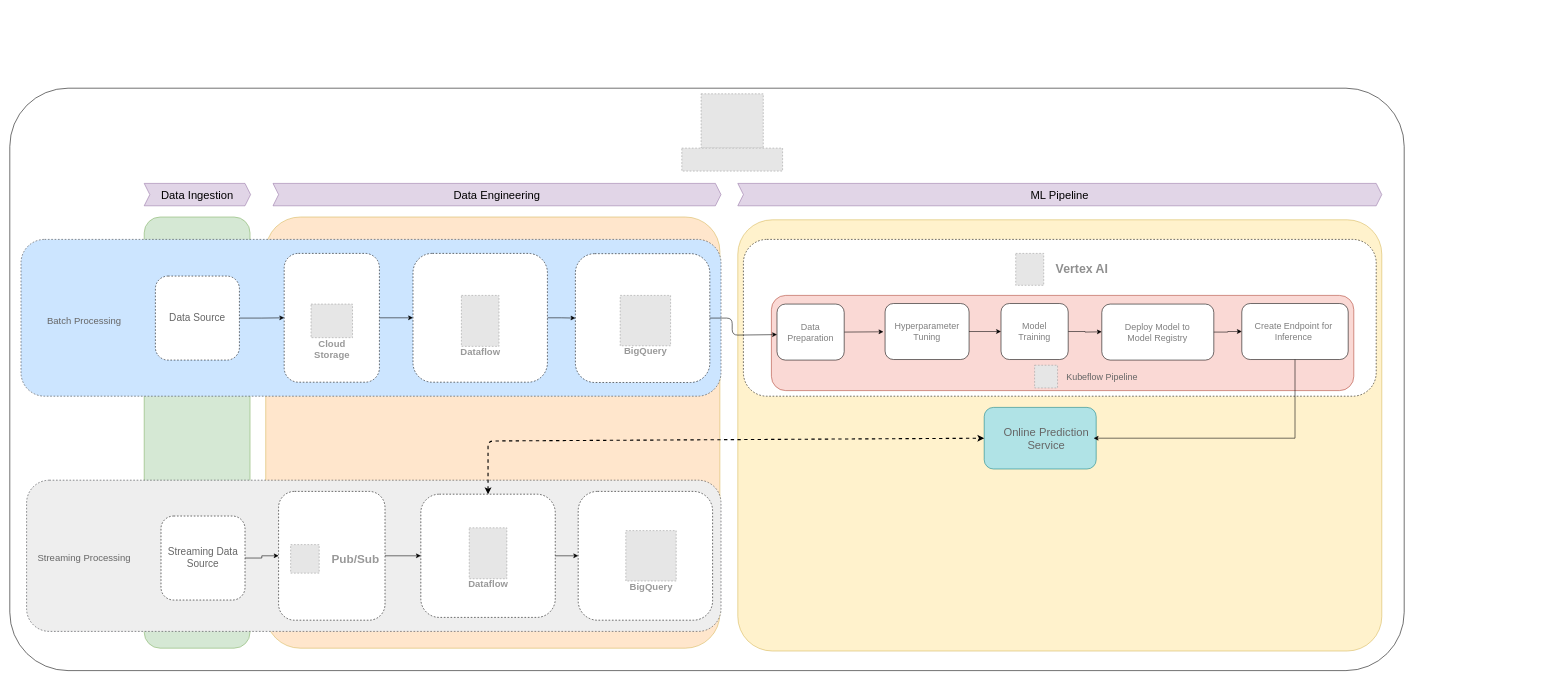
Above: ML Ops Architecture.drawio in adityasolanki205/Architecture_diagrams (draw.io), before the change. Source tidied: cells renumbered, new cells numbered last; positions are measured from the earlier drawing's top-left corner, leaving out a move shared by most shapes. Both pictures are drawn from the tidied source at 56%, with x=0, y=0 at pixel (10, 88). Pictures stored in the file or linked from it are replaced by grey dashed boxes.
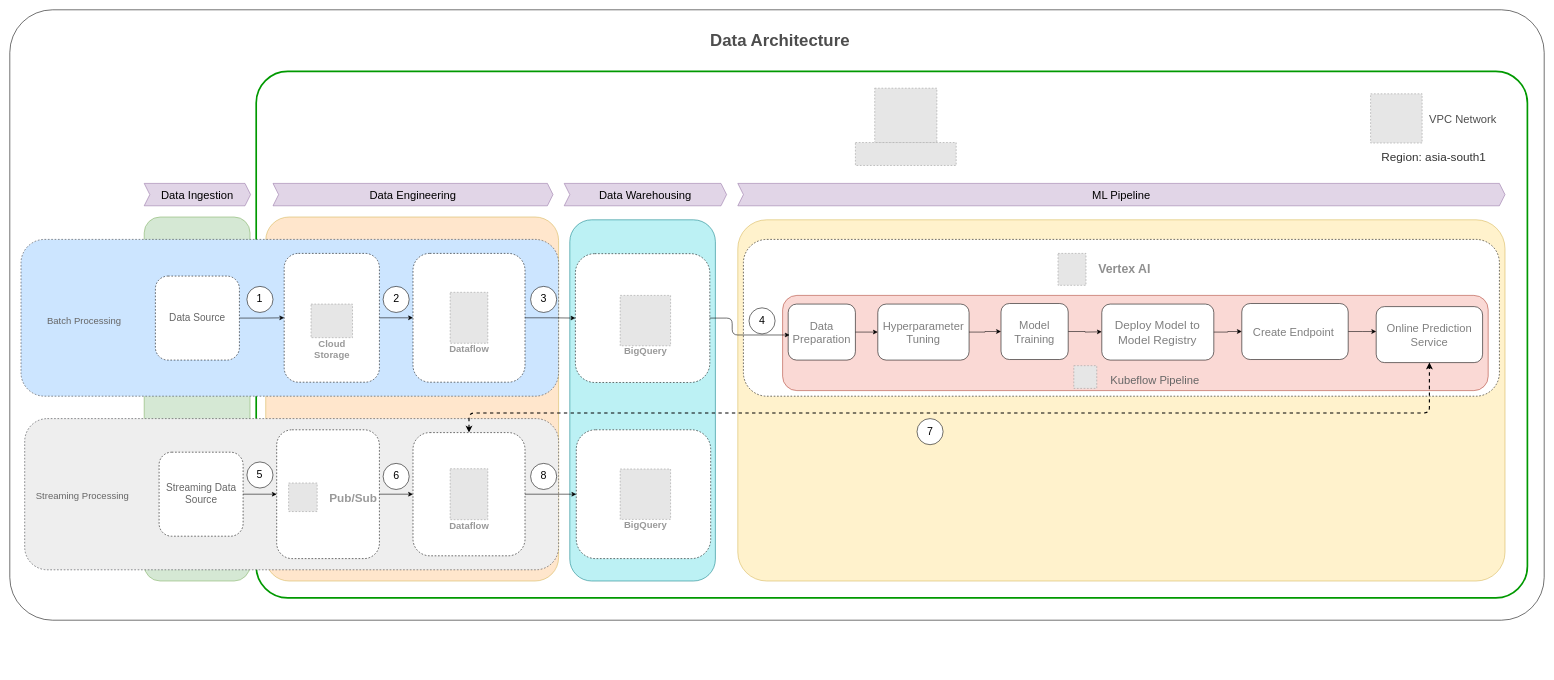
After the change.

The change refers to these unchanged cells:
```xml
<mxCell id="21" style="rounded=1;whiteSpace=wrap;html=1;dashed=1;fontColor=#4D4D4D;" parent="1" vertex="1">
  <mxGeometry x="1010" y="295.5" width="240" height="230" as="geometry" />
</mxCell>
<mxCell id="26" style="rounded=1;whiteSpace=wrap;html=1;" parent="24" vertex="1">
  <mxGeometry width="120" height="100" as="geometry" />
</mxCell>
<mxCell id="34" style="group;" parent="33" vertex="1">
  <mxGeometry width="120" height="100" as="geometry" />
</mxCell>
<mxCell id="38" style="group;flipH=1;flipV=1;" parent="1" vertex="1">
  <mxGeometry x="1950" y="385.5" width="200" height="100" as="geometry" />
</mxCell>
<mxCell id="42" style="group;" parent="41" vertex="1">
  <mxGeometry width="190" height="100" as="geometry" />
</mxCell>
<mxCell id="43" style="rounded=1;whiteSpace=wrap;html=1;" parent="42" vertex="1">
  <mxGeometry width="190" height="100" as="geometry" />
</mxCell>
```

Change to the diagram source:
```diff
@@
+    <mxCell id="73" style="rounded=1;whiteSpace=wrap;html=1;arcSize=7;" parent="1" vertex="1">
+      <mxGeometry y="-140" width="2740" height="1090" as="geometry" />
+    </mxCell>
-    <mxCell id="2" style="rounded=1;whiteSpace=wrap;html=1;labelBackgroundColor=none;strokeColor=#000000;arcSize=10;" parent="1" vertex="1">
-      <mxGeometry width="2490" height="1040" as="geometry" />
+    <mxCell id="2" style="rounded=1;whiteSpace=wrap;html=1;labelBackgroundColor=none;strokeColor=#009900;arcSize=6;strokeWidth=3;" parent="1" vertex="1">
+      <mxGeometry x="440" y="-30" width="2270" height="940" as="geometry" />
     </mxCell>
     <mxCell id="3" style="rounded=1;whiteSpace=wrap;html=1;fillColor=#FFE6CC;strokeColor=#d6b656;arcSize=8;" parent="1" vertex="1">
-      <mxGeometry x="457" y="230" width="811" height="770" as="geometry" />
+      <mxGeometry x="457" y="230" width="523" height="650" as="geometry" />
     </mxCell>
     <mxCell id="4" style="rounded=1;whiteSpace=wrap;html=1;fillColor=#d5e8d4;strokeColor=#82b366;" parent="1" vertex="1">
-      <mxGeometry x="240" y="230" width="189" height="770" as="geometry" />
+      <mxGeometry x="240" y="230" width="189" height="650" as="geometry" />
     </mxCell>
     <mxCell id="5" style="rounded=1;whiteSpace=wrap;html=1;dashed=1;fillColor=#cce5ff;strokeColor=#36393d;" parent="1" vertex="1">
-      <mxGeometry x="20" y="270" width="1250" height="280" as="geometry" />
+      <mxGeometry x="20" y="270" width="960" height="280" as="geometry" />
     </mxCell>
@@
     <mxCell id="8" value="&lt;font style=&quot;font-size: 20px;&quot;&gt;ML Pipeline&lt;/font&gt;" style="shape=step;perimeter=stepPerimeter;whiteSpace=wrap;html=1;fixedSize=1;strokeWidth=1;size=10;fillColor=#e1d5e7;strokeColor=#9673a6;" parent="1" vertex="1">
-      <mxGeometry x="1300" y="170" width="1150" height="40" as="geometry" />
+      <mxGeometry x="1300" y="170" width="1370" height="40" as="geometry" />
     </mxCell>
     <mxCell id="9" value="&lt;font style=&quot;font-size: 20px;&quot;&gt;Data Engineering&lt;/font&gt;" style="shape=step;perimeter=stepPerimeter;whiteSpace=wrap;html=1;fixedSize=1;size=10;fillColor=#e1d5e7;strokeColor=#9673a6;" parent="1" vertex="1">
-      <mxGeometry x="470" y="170" width="800" height="40" as="geometry" />
+      <mxGeometry x="470" y="170" width="500" height="40" as="geometry" />
     </mxCell>
@@
-    <mxCell id="14" style="edgeStyle=orthogonalEdgeStyle;rounded=0;jettySize=auto;html=1;exitX=1;exitY=0.5;exitDx=0;exitDy=0;entryX=0;entryY=0.5;entryDx=0;entryDy=0;" parent="1" edge="1" source="16" target="21">
-      <mxGeometry relative="1" as="geometry" />
-    </mxCell>
     <mxCell id="15" style="rounded=1;whiteSpace=wrap;html=1;arcSize=8;fillColor=#fff2cc;strokeColor=#d6b656;" parent="1" vertex="1">
-      <mxGeometry x="1300" y="235" width="1150" height="770" as="geometry" />
+      <mxGeometry x="1300" y="235" width="1370" height="645" as="geometry" />
     </mxCell>
     <mxCell id="16" style="rounded=1;whiteSpace=wrap;html=1;dashed=1;" parent="1" vertex="1">
-      <mxGeometry x="720" y="295" width="240" height="230" as="geometry" />
+      <mxGeometry x="720" y="295" width="200" height="230" as="geometry" />
     </mxCell>
     <mxCell id="17" style="rounded=1;whiteSpace=wrap;html=1;dashed=1;" parent="1" vertex="1">
-      <mxGeometry x="1310" y="270" width="1130" height="280" as="geometry" />
+      <mxGeometry x="1310" y="270" width="1350" height="280" as="geometry" />
     </mxCell>
     <mxCell id="18" value="Dataflow" style="fillColor=#E6E6E6;strokeColor=#999999;dashed=1;html=1;verticalAlign=top;labelPosition=center;verticalLabelPosition=bottom;align=center;spacingTop=-6;fontSize=17;fontStyle=1;fontColor=#999999;" parent="1" vertex="1">
-      <mxGeometry x="806.4" y="370" width="67.2" height="91" as="geometry" />
+      <mxGeometry x="786.4" y="364.5" width="67.2" height="91" as="geometry" />
     </mxCell>
+    <mxCell id="74" style="rounded=1;whiteSpace=wrap;html=1;fillColor=#BCF1F4;strokeColor=#0e8088;" parent="1" vertex="1">
+      <mxGeometry x="1000" y="235" width="260" height="645" as="geometry" />
+    </mxCell>
     <mxCell id="19" style="fillColor=#ffffff;strokeColor=none;shadow=0;strokeWidth=0;rounded=1;absoluteArcSize=1;arcSize=2;dashed=1;dashPattern=1 4;fontSize=27;fontStyle=1;" parent="1" vertex="1">
-      <mxGeometry x="1779.5" y="280" width="191" height="80" as="geometry" />
+      <mxGeometry x="1855" y="280" width="191" height="80" as="geometry" />
     </mxCell>
@@
     <mxCell id="23" style="rounded=1;whiteSpace=wrap;html=1;fillColor=#fad9d5;strokeColor=#ae4132;" parent="1" vertex="1">
-      <mxGeometry x="1360" y="370" width="1040" height="170" as="geometry" />
+      <mxGeometry x="1380" y="370" width="1260" height="170" as="geometry" />
     </mxCell>
     <mxCell id="24" style="group;flipH=1;flipV=1;" parent="1" vertex="1">
-      <mxGeometry x="1370" y="385.5" width="120" height="100" as="geometry" />
+      <mxGeometry x="1390" y="385.5" width="120" height="100" as="geometry" />
     </mxCell>
-    <mxCell id="25" style="edgeStyle=orthogonalEdgeStyle;rounded=0;jettySize=auto;html=1;exitX=1;exitY=0.5;exitDx=0;exitDy=0;" parent="24" edge="1" source="26">
-      <mxGeometry relative="1" as="geometry">
-        <mxPoint x="190" y="49.5" as="targetPoint" />
-      </mxGeometry>
-    </mxCell>
@@
-    <mxCell id="27" value="Data Preparation" style="text;html=1;align=center;verticalAlign=middle;whiteSpace=wrap;rounded=0;fontColor=light-dark(#7F7F7F,#EDEDED);fontSize=16;fontStyle=0;" parent="24" vertex="1">
+    <mxCell id="27" value="&lt;font style=&quot;font-size: 20px;&quot;&gt;Data Preparation&lt;/font&gt;" style="text;html=1;align=center;verticalAlign=middle;whiteSpace=wrap;rounded=0;fontColor=light-dark(#7F7F7F,#EDEDED);fontSize=16;fontStyle=0;" parent="24" vertex="1">
       <mxGeometry x="30" y="35" width="60" height="30" as="geometry" />
     </mxCell>
     <mxCell id="28" style="group;fontSize=15;flipH=1;flipV=1;" parent="1" vertex="1">
-      <mxGeometry x="1563" y="384.5" width="150" height="100" as="geometry" />
+      <mxGeometry x="1550" y="385.5" width="163" height="100" as="geometry" />
     </mxCell>
     <mxCell id="29" style="group;fontSize=16;" parent="28" vertex="1">
-      <mxGeometry width="150" height="100" as="geometry" />
+      <mxGeometry width="163" height="100" as="geometry" />
     </mxCell>
     <mxCell id="30" style="rounded=1;whiteSpace=wrap;html=1;" parent="29" vertex="1">
-      <mxGeometry width="150" height="100" as="geometry" />
+      <mxGeometry width="163" height="100" as="geometry" />
     </mxCell>
-    <mxCell id="31" value="&lt;font style=&quot;font-size: 16px;&quot;&gt;Hyperparameter Tuning&lt;/font&gt;" style="text;html=1;align=center;verticalAlign=middle;whiteSpace=wrap;rounded=0;fontColor=light-dark(#7F7F7F,#EDEDED);fontSize=14;fontStyle=0;" parent="29" vertex="1">
-      <mxGeometry x="35" y="35" width="80" height="30" as="geometry" />
+    <mxCell id="31" value="&lt;font style=&quot;font-size: 20px;&quot;&gt;Hyperparameter Tuning&lt;/font&gt;" style="text;html=1;align=center;verticalAlign=middle;whiteSpace=wrap;rounded=0;fontColor=light-dark(#7F7F7F,#EDEDED);fontSize=14;fontStyle=0;" parent="29" vertex="1">
+      <mxGeometry x="38" y="35" width="86.9" height="30" as="geometry" />
     </mxCell>
@@
-    <mxCell id="37" value="&lt;font style=&quot;font-size: 16px;&quot;&gt;Model Training&lt;/font&gt;" style="text;html=1;align=center;verticalAlign=middle;whiteSpace=wrap;rounded=0;fontColor=light-dark(#7F7F7F,#EDEDED);fontSize=14;fontStyle=0;" parent="34" vertex="1">
+    <mxCell id="37" value="&lt;font style=&quot;font-size: 20px;&quot;&gt;Model Training&lt;/font&gt;" style="text;html=1;align=center;verticalAlign=middle;whiteSpace=wrap;rounded=0;fontColor=light-dark(#7F7F7F,#EDEDED);fontSize=14;fontStyle=0;" parent="34" vertex="1">
       <mxGeometry x="20" y="35" width="80" height="30" as="geometry" />
     </mxCell>
@@
-    <mxCell id="40" value="&lt;font style=&quot;font-size: 16px;&quot;&gt;Deploy Model to Model Registry&lt;/font&gt;" style="text;html=1;align=center;verticalAlign=middle;whiteSpace=wrap;rounded=0;fontColor=light-dark(#7F7F7F,#EDEDED);fontSize=14;fontStyle=0;" parent="38" vertex="1">
+    <mxCell id="40" value="&lt;font style=&quot;font-size: 21px;&quot;&gt;Deploy Model to Model Registry&lt;/font&gt;" style="text;html=1;align=center;verticalAlign=middle;whiteSpace=wrap;rounded=0;fontColor=light-dark(#7F7F7F,#EDEDED);fontSize=14;fontStyle=0;" parent="38" vertex="1">
       <mxGeometry x="21.4" y="35" width="157.1" height="30" as="geometry" />
     </mxCell>
@@
+    <mxCell id="75" style="edgeStyle=orthogonalEdgeStyle;rounded=0;jettySize=auto;html=1;" parent="42" edge="1" source="43">
+      <mxGeometry relative="1" as="geometry">
+        <mxPoint x="240" y="50" as="targetPoint" />
+      </mxGeometry>
+    </mxCell>
@@
-    <mxCell id="44" value="&lt;font style=&quot;font-size: 16px;&quot;&gt;Create Endpoint for Inference&lt;/font&gt;" style="text;html=1;align=center;verticalAlign=middle;whiteSpace=wrap;rounded=0;fontColor=light-dark(#7F7F7F,#EDEDED);fontSize=14;fontStyle=0;" parent="42" vertex="1">
+    <mxCell id="44" value="&lt;font style=&quot;font-size: 20px;&quot;&gt;Create Endpoint&lt;/font&gt;" style="text;html=1;align=center;verticalAlign=middle;whiteSpace=wrap;rounded=0;fontColor=light-dark(#7F7F7F,#EDEDED);fontSize=14;fontStyle=0;" parent="42" vertex="1">
       <mxGeometry x="15" y="35" width="155" height="30" as="geometry" />
     </mxCell>
     <mxCell id="45" style="fillColor=#E6E6E6;strokeColor=#999999;dashed=1;verticalLabelPosition=bottom;verticalAlign=top;" parent="1" vertex="1">
-      <mxGeometry x="1830" y="494.7" width="41" height="40.6" as="geometry" />
+      <mxGeometry x="1900" y="495.5" width="41" height="40.6" as="geometry" />
     </mxCell>
-    <mxCell id="46" value="&lt;font style=&quot;color: rgb(102, 102, 102);&quot;&gt;Kubeflow Pipeline&lt;/font&gt;" style="text;html=1;align=center;verticalAlign=middle;whiteSpace=wrap;rounded=0;fontSize=16;" parent="1" vertex="1">
-      <mxGeometry x="1881" y="500" width="139" height="30" as="geometry" />
+    <mxCell id="46" value="&lt;font style=&quot;color: rgb(102, 102, 102); font-size: 20px;&quot;&gt;Kubeflow Pipeline&lt;/font&gt;" style="text;html=1;align=center;verticalAlign=middle;whiteSpace=wrap;rounded=0;fontSize=16;" parent="1" vertex="1">
+      <mxGeometry x="1950" y="506.1" width="190" height="30" as="geometry" />
     </mxCell>
@@
-    <mxCell id="48" style="edgeStyle=orthogonalEdgeStyle;rounded=1;jettySize=auto;html=1;exitX=1;exitY=0.5;exitDx=0;exitDy=0;curved=0;" parent="1" edge="1" source="21">
+    <mxCell id="48" style="edgeStyle=orthogonalEdgeStyle;rounded=1;jettySize=auto;html=1;exitX=1;exitY=0.5;exitDx=0;exitDy=0;curved=0;entryX=0.021;entryY=0.552;entryDx=0;entryDy=0;entryPerimeter=0;" parent="1" edge="1" source="21" target="26">
       <mxGeometry relative="1" as="geometry">
-        <mxPoint x="1370" y="440" as="targetPoint" />
         <Array as="points">
           <mxPoint x="1290" y="411" />
           <mxPoint x="1290" y="441" />
         </Array>
       </mxGeometry>
     </mxCell>
@@
-    <mxCell id="51" style="rounded=1;whiteSpace=wrap;html=1;fontFamily=Helvetica;fontSize=15;fillColor=#b0e3e6;strokeColor=#0e8088;" parent="1" vertex="1">
-      <mxGeometry x="1740" y="570" width="200" height="110" as="geometry" />
-    </mxCell>
-    <mxCell id="52" value="&lt;font style=&quot;font-size: 20px;&quot;&gt;Online Prediction Service&lt;/font&gt;" style="text;html=1;align=center;verticalAlign=middle;whiteSpace=wrap;rounded=0;fontColor=#666666;" parent="1" vertex="1">
-      <mxGeometry x="1765.5" y="610" width="170" height="30" as="geometry" />
-    </mxCell>
     <mxCell id="53" style="rounded=1;whiteSpace=wrap;html=1;dashed=1;fillColor=#eeeeee;strokeColor=#36393d;" parent="1" vertex="1">
-      <mxGeometry x="30" y="700" width="1240" height="270" as="geometry" />
+      <mxGeometry x="26.6" y="590" width="953.4" height="270" as="geometry" />
     </mxCell>
@@
     <mxCell id="55" value="&lt;font style=&quot;font-size: 18px; color: rgb(102, 102, 102);&quot;&gt;Streaming Data Source&lt;/font&gt;" style="rounded=1;whiteSpace=wrap;html=1;dashed=1;" parent="1" vertex="1">
-      <mxGeometry x="270" y="764" width="150" height="150" as="geometry" />
+      <mxGeometry x="266.6" y="650" width="150" height="150" as="geometry" />
     </mxCell>
     <mxCell id="56" value="Streaming Processing" style="text;html=1;align=center;verticalAlign=middle;whiteSpace=wrap;rounded=0;fontSize=17;fontColor=#666666;" parent="1" vertex="1">
-      <mxGeometry x="6.4" y="824" width="253.6" height="30" as="geometry" />
+      <mxGeometry x="3" y="714" width="253.6" height="30" as="geometry" />
     </mxCell>
     <mxCell id="57" style="group;" parent="1" vertex="1">
-      <mxGeometry x="480" y="720" width="190" height="230" as="geometry" />
+      <mxGeometry x="476.6" y="610" width="183.4" height="230" as="geometry" />
     </mxCell>
     <mxCell id="58" style="rounded=1;whiteSpace=wrap;html=1;dashed=1;spacing=2;" parent="57" vertex="1">
-      <mxGeometry width="190" height="230" as="geometry" />
+      <mxGeometry width="183.4" height="230" as="geometry" />
     </mxCell>
     <mxCell id="59" style="fillColor=#ffffff;strokeColor=none;shadow=0;strokeWidth=1;rounded=1;absoluteArcSize=1;arcSize=2;" parent="57" vertex="1">
-      <mxGeometry x="5" y="80" width="180" height="75" as="geometry" />
+      <mxGeometry x="4.8" y="80" width="173.7" height="75" as="geometry" />
     </mxCell>
@@
     <mxCell id="61" style="group;" parent="1" vertex="1">
-      <mxGeometry x="734" y="700" width="240" height="230" as="geometry" />
+      <mxGeometry x="720" y="590" width="256.6" height="245" as="geometry" />
     </mxCell>
     <mxCell id="62" style="rounded=1;whiteSpace=wrap;html=1;dashed=1;" parent="61" vertex="1">
-      <mxGeometry y="25" width="240" height="220" as="geometry" />
+      <mxGeometry y="25" width="200" height="220" as="geometry" />
     </mxCell>
     <mxCell id="63" value="Dataflow" style="fillColor=#E6E6E6;strokeColor=#999999;dashed=1;html=1;verticalAlign=top;labelPosition=center;verticalLabelPosition=bottom;align=center;spacingTop=-6;fontSize=17;fontStyle=1;fontColor=#999999;" parent="61" vertex="1">
-      <mxGeometry x="86.4" y="85" width="67.2" height="91" as="geometry" />
+      <mxGeometry x="66.4" y="89.5" width="67.2" height="91" as="geometry" />
     </mxCell>
+    <mxCell id="76" value="&lt;span style=&quot;font-size: 19px;&quot;&gt;8&lt;/span&gt;" style="ellipse;whiteSpace=wrap;html=1;" parent="61" vertex="1">
+      <mxGeometry x="210" y="80" width="46.6" height="46.6" as="geometry" />
+    </mxCell>
     <mxCell id="64" style="rounded=1;whiteSpace=wrap;html=1;dashed=1;fontColor=#4D4D4D;" parent="1" vertex="1">
-      <mxGeometry x="1015" y="720" width="240" height="230" as="geometry" />
+      <mxGeometry x="1011.6" y="610" width="240" height="230" as="geometry" />
     </mxCell>
     <mxCell id="65" value="BigQuery" style="fillColor=#E6E6E6;strokeColor=#999999;dashed=1;html=1;verticalAlign=top;labelPosition=center;verticalLabelPosition=bottom;align=center;spacingTop=-6;fontSize=17;fontStyle=1;fontColor=#999999;" parent="1" vertex="1">
-      <mxGeometry x="1100" y="790" width="90" height="90" as="geometry" />
+      <mxGeometry x="1090" y="680" width="90" height="90" as="geometry" />
     </mxCell>
@@
-    <mxCell id="67" style="endArrow=classic;startArrow=classic;html=1;rounded=1;exitX=0.5;exitY=0;exitDx=0;exitDy=0;entryX=0;entryY=0.5;entryDx=0;entryDy=0;dashed=1;strokeWidth=2;curved=0;fillColor=#ffff88;strokeColor=#000000;" parent="1" edge="1" source="62" target="51">
-      <mxGeometry relative="1" as="geometry">
-        <Array as="points">
-          <mxPoint x="854" y="630" />
-        </Array>
-      </mxGeometry>
-    </mxCell>
@@
-    <mxCell id="69" style="edgeStyle=orthogonalEdgeStyle;rounded=0;jettySize=auto;html=1;exitX=0.5;exitY=1;exitDx=0;exitDy=0;entryX=1;entryY=0.5;entryDx=0;entryDy=0;" parent="1" edge="1" source="43" target="52">
-      <mxGeometry relative="1" as="geometry" />
-    </mxCell>
     <mxCell id="70" style="group;" parent="1" vertex="1">
-      <mxGeometry x="1200" y="10" width="180" height="138" as="geometry" />
+      <mxGeometry x="1510" width="180" height="138" as="geometry" />
     </mxCell>
@@
+    <mxCell id="77" style="group;" parent="1" vertex="1">
+      <mxGeometry x="2440" y="390" width="190" height="100" as="geometry" />
+    </mxCell>
+    <mxCell id="78" style="rounded=1;whiteSpace=wrap;html=1;" parent="77" vertex="1">
+      <mxGeometry width="190" height="100" as="geometry" />
+    </mxCell>
+    <mxCell id="52" value="&lt;font style=&quot;font-size: 20px;&quot;&gt;Online Prediction Service&lt;/font&gt;" style="text;html=1;align=center;verticalAlign=middle;whiteSpace=wrap;rounded=0;fontColor=#808080;" parent="77" vertex="1">
+      <mxGeometry x="10" y="35.3" width="170" height="30" as="geometry" />
+    </mxCell>
+    <mxCell id="79" value="&lt;font style=&quot;font-size: 20px;&quot;&gt;Data Warehousing&lt;/font&gt;" style="shape=step;perimeter=stepPerimeter;whiteSpace=wrap;html=1;fixedSize=1;size=10;fillColor=#e1d5e7;strokeColor=#9673a6;" parent="1" vertex="1">
+      <mxGeometry x="990" y="170" width="290" height="40" as="geometry" />
+    </mxCell>
+    <mxCell id="80" style="endArrow=classic;startArrow=classic;html=1;rounded=1;exitX=0.5;exitY=0;exitDx=0;exitDy=0;entryX=0.5;entryY=1;entryDx=0;entryDy=0;dashed=1;curved=0;strokeWidth=2;" parent="1" edge="1" source="62" target="78">
+      <mxGeometry relative="1" as="geometry">
+        <Array as="points">
+          <mxPoint x="820" y="580" />
+          <mxPoint x="2535" y="580" />
+        </Array>
+      </mxGeometry>
+    </mxCell>
+    <mxCell id="81" style="group;rounded=1;" parent="1" vertex="1">
+      <mxGeometry x="2430" y="10" width="240" height="87.9" as="geometry" />
+    </mxCell>
+    <mxCell id="82" style="fillColor=#E6E6E6;strokeColor=#999999;dashed=1;verticalLabelPosition=bottom;verticalAlign=top;" parent="81" vertex="1">
+      <mxGeometry width="92" height="87.9" as="geometry" />
+    </mxCell>
+    <mxCell id="83" value="&lt;font style=&quot;font-size: 20px; color: rgb(77, 77, 77);&quot;&gt;VPC Network&lt;/font&gt;" style="text;html=1;align=center;verticalAlign=middle;whiteSpace=wrap;rounded=0;" parent="81" vertex="1">
+      <mxGeometry x="90" y="18.9" width="150" height="50" as="geometry" />
+    </mxCell>
+    <mxCell id="84" value="&lt;font style=&quot;font-size: 21px; color: rgb(51, 51, 51);&quot;&gt;Region: asia-south1&lt;/font&gt;" style="text;html=1;align=center;verticalAlign=middle;whiteSpace=wrap;rounded=0;" parent="1" vertex="1">
+      <mxGeometry x="2426" y="108" width="234" height="30" as="geometry" />
+    </mxCell>
+    <mxCell id="85" value="&lt;font style=&quot;color: rgb(77, 77, 77);&quot;&gt;Data Architecture&lt;/font&gt;" style="text;strokeColor=none;fillColor=none;html=1;fontSize=30;fontStyle=1;verticalAlign=middle;align=center;" parent="1" vertex="1">
+      <mxGeometry x="1010" y="-120" width="730" height="70" as="geometry" />
+    </mxCell>
+    <mxCell id="14" style="edgeStyle=orthogonalEdgeStyle;rounded=0;jettySize=auto;html=1;exitX=1;exitY=0.5;exitDx=0;exitDy=0;entryX=0;entryY=0.5;entryDx=0;entryDy=0;" parent="1" edge="1" source="16" target="21">
+      <mxGeometry relative="1" as="geometry" />
+    </mxCell>
+    <mxCell id="86" value="&lt;font style=&quot;font-size: 19px;&quot;&gt;1&lt;/font&gt;" style="ellipse;whiteSpace=wrap;html=1;" parent="1" vertex="1">
+      <mxGeometry x="423.4" y="353.9" width="46.6" height="46.6" as="geometry" />
+    </mxCell>
+    <mxCell id="87" value="&lt;font style=&quot;font-size: 19px;&quot;&gt;2&lt;/font&gt;" style="ellipse;whiteSpace=wrap;html=1;" parent="1" vertex="1">
+      <mxGeometry x="666.6" y="353.9" width="46.6" height="46.6" as="geometry" />
+    </mxCell>
+    <mxCell id="88" value="&lt;font style=&quot;font-size: 19px;&quot;&gt;3&lt;/font&gt;" style="ellipse;whiteSpace=wrap;html=1;" parent="1" vertex="1">
+      <mxGeometry x="930" y="353.9" width="46.6" height="46.6" as="geometry" />
+    </mxCell>
+    <mxCell id="89" value="&lt;font style=&quot;font-size: 19px;&quot;&gt;4&lt;/font&gt;" style="ellipse;whiteSpace=wrap;html=1;" parent="1" vertex="1">
+      <mxGeometry x="1320" y="392.2" width="46.6" height="46.6" as="geometry" />
+    </mxCell>
+    <mxCell id="25" style="edgeStyle=orthogonalEdgeStyle;rounded=0;jettySize=auto;html=1;exitX=1;exitY=0.5;exitDx=0;exitDy=0;entryX=0;entryY=0.5;entryDx=0;entryDy=0;" parent="1" edge="1" source="26" target="30">
+      <mxGeometry relative="1" as="geometry" />
+    </mxCell>
+    <mxCell id="90" value="&lt;font style=&quot;font-size: 19px;&quot;&gt;5&lt;/font&gt;" style="ellipse;whiteSpace=wrap;html=1;" parent="1" vertex="1">
+      <mxGeometry x="423.4" y="667.4" width="46.6" height="46.6" as="geometry" />
+    </mxCell>
+    <mxCell id="91" value="&lt;span style=&quot;font-size: 19px;&quot;&gt;6&lt;/span&gt;" style="ellipse;whiteSpace=wrap;html=1;" parent="1" vertex="1">
+      <mxGeometry x="666.6" y="670" width="46.6" height="46.6" as="geometry" />
+    </mxCell>
+    <mxCell id="92" value="&lt;span style=&quot;font-size: 19px;&quot;&gt;7&lt;/span&gt;" style="ellipse;whiteSpace=wrap;html=1;" parent="1" vertex="1">
+      <mxGeometry x="1620" y="590" width="46.6" height="46.6" as="geometry" />
+    </mxCell>
```
